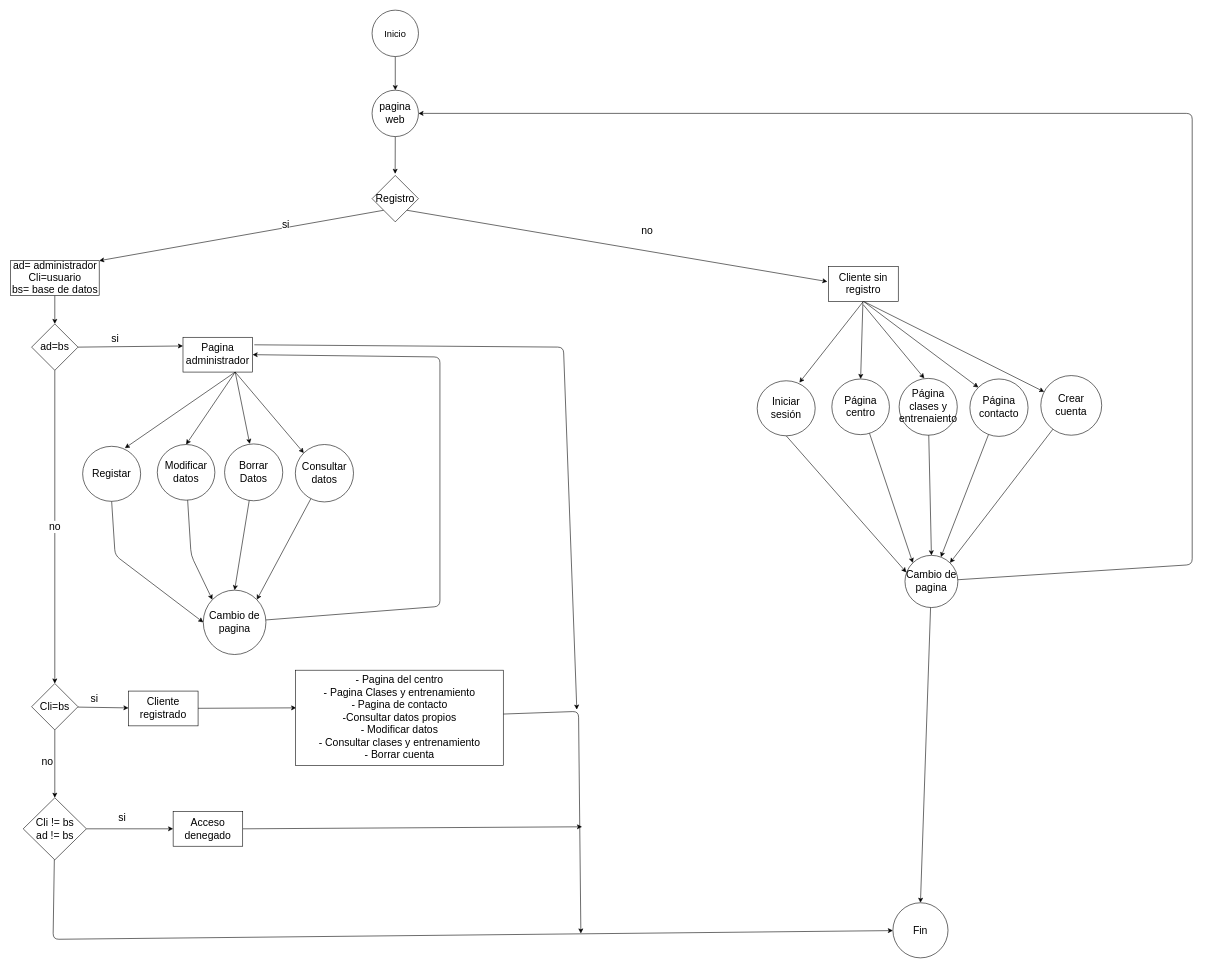
The draw.io diagram diagrama de flujo(kevin).drawio in CatanduYago/MazaoGym, before the edit. Source tidied: cells renumbered, new cells numbered last; positions are measured from the earlier drawing's top-left corner, leaving out a move shared by most shapes. Both pictures are drawn from the tidied source at 58%, with x=0, y=0 at pixel (10, 10).
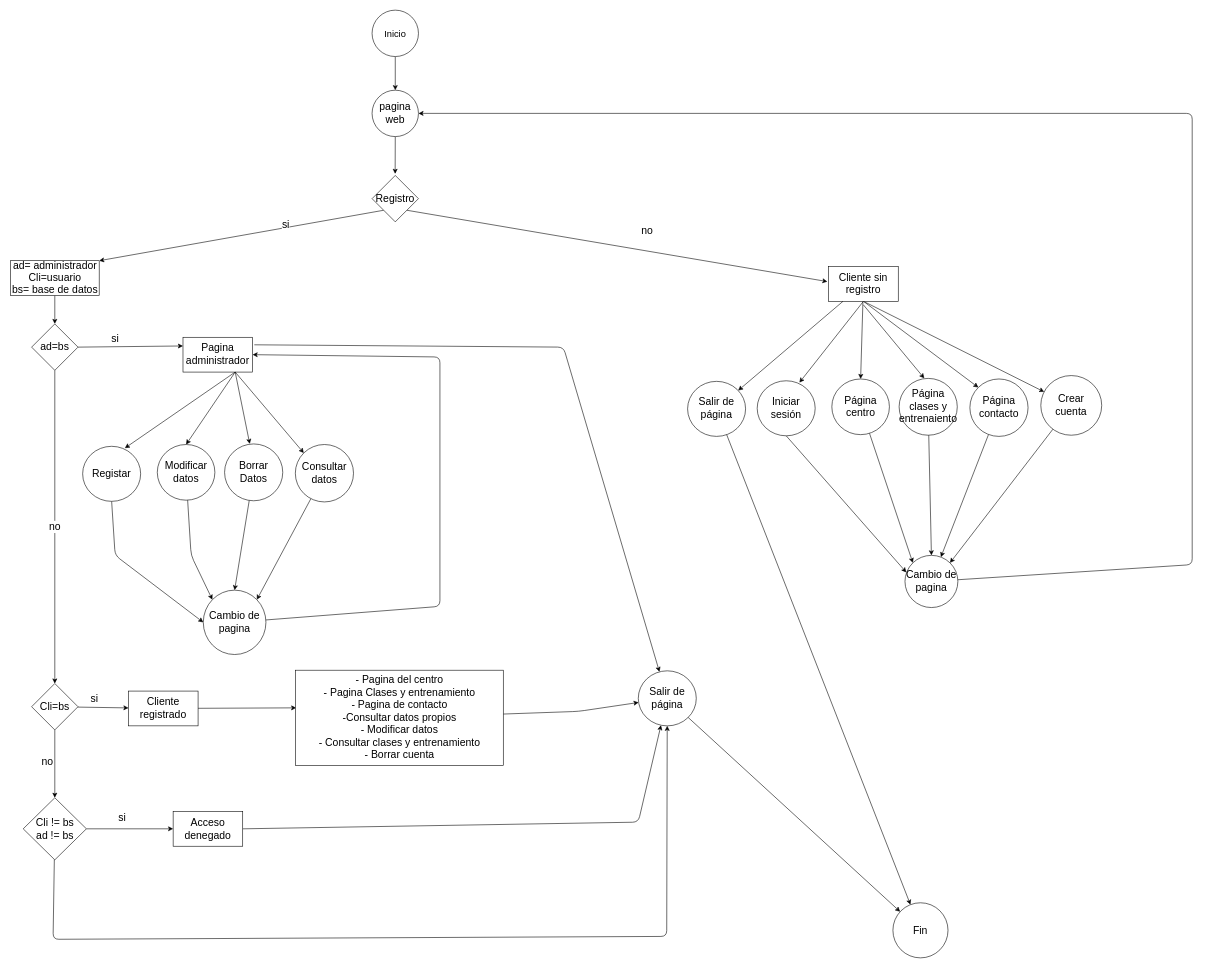
Above is the later version.

Commit message (it also covers changes not shown here):
Diagrama de clases

Unchanged cells that the change refers to:
```xml
<mxCell id="28" value="Cli != bs&lt;br&gt;ad != bs" style="rhombus;whiteSpace=wrap;html=1;fontSize=18;" parent="1" vertex="1">
  <mxGeometry x="21.5" y="1358" width="109" height="107" as="geometry" />
</mxCell>
<mxCell id="30" value="Acceso denegado" style="whiteSpace=wrap;html=1;fontSize=18;" parent="1" vertex="1">
  <mxGeometry x="280" y="1381.5" width="120" height="60" as="geometry" />
</mxCell>
<mxCell id="33" value="- Pagina del centro&lt;br&gt;- Pagina Clases y entrenamiento&lt;br&gt;- Pagina de contacto&lt;br&gt;-Consultar datos propios&lt;br&gt;- Modificar datos&lt;br&gt;- Consultar clases y entrenamiento&lt;br&gt;- Borrar cuenta" style="whiteSpace=wrap;html=1;fontSize=18;" parent="1" vertex="1">
  <mxGeometry x="490.7" y="1138" width="358.5" height="164" as="geometry" />
</mxCell>
<mxCell id="34" value="Fin" style="ellipse;whiteSpace=wrap;html=1;fontSize=18;" parent="1" vertex="1">
  <mxGeometry x="1521" y="1539" width="95" height="95" as="geometry" />
</mxCell>
<mxCell id="40" value="Cliente sin registro" style="whiteSpace=wrap;html=1;fontSize=18;" parent="1" vertex="1">
  <mxGeometry x="1410.2" y="442" width="120" height="60" as="geometry" />
</mxCell>
<mxCell id="65" value="&lt;font style=&quot;font-size: 18px;&quot;&gt;Cambio de pagina&lt;/font&gt;" style="ellipse;whiteSpace=wrap;html=1;" parent="1" vertex="1">
  <mxGeometry x="1541.8" y="940" width="91.2" height="90" as="geometry" />
</mxCell>
```

Diff of the diagram source:
```diff
@@
-    <mxCell id="17" style="edgeStyle=none;html=1;fontSize=18;" parent="1" edge="1">
+    <mxCell id="17" style="edgeStyle=none;html=1;fontSize=18;" parent="1" edge="1" target="71">
       <mxGeometry relative="1" as="geometry">
         <mxPoint x="420" y="577" as="sourcePoint" />
-        <mxPoint x="976" y="1206" as="targetPoint" />
         <Array as="points">
           <mxPoint x="953" y="581" />
         </Array>
       </mxGeometry>
     </mxCell>
@@
-    <mxCell id="27" style="edgeStyle=none;html=1;fontSize=18;" parent="1" edge="1" source="28" target="34">
+    <mxCell id="27" style="edgeStyle=none;html=1;fontSize=18;" parent="1" edge="1" source="28" target="71">
       <mxGeometry relative="1" as="geometry">
         <Array as="points">
           <mxPoint x="73" y="1602" />
+          <mxPoint x="1131" y="1597" />
         </Array>
       </mxGeometry>
     </mxCell>
@@
-    <mxCell id="29" style="edgeStyle=none;html=1;exitX=1;exitY=0.5;exitDx=0;exitDy=0;fontSize=18;" parent="1" edge="1" source="30">
+    <mxCell id="29" style="edgeStyle=none;html=1;exitX=1;exitY=0.5;exitDx=0;exitDy=0;fontSize=18;" parent="1" edge="1" source="30" target="71">
       <mxGeometry relative="1" as="geometry">
-        <mxPoint x="985" y="1408" as="targetPoint" />
+        <Array as="points">
+          <mxPoint x="1082" y="1400" />
+        </Array>
       </mxGeometry>
     </mxCell>
@@
-    <mxCell id="32" style="edgeStyle=none;html=1;fontSize=18;" parent="1" edge="1" source="33">
+    <mxCell id="32" style="edgeStyle=none;html=1;fontSize=18;" parent="1" edge="1" source="33" target="71">
       <mxGeometry relative="1" as="geometry">
-        <mxPoint x="983" y="1592" as="targetPoint" />
         <Array as="points">
           <mxPoint x="979" y="1209" />
         </Array>
       </mxGeometry>
     </mxCell>
@@
-    <mxCell id="64" style="edgeStyle=none;html=1;entryX=0.5;entryY=0;entryDx=0;entryDy=0;startArrow=none;startFill=0;endArrow=classic;endFill=1;" parent="1" edge="1" source="65" target="34">
-      <mxGeometry relative="1" as="geometry" />
-    </mxCell>
@@
+    <mxCell id="68" value="&lt;span style=&quot;font-size: 18px;&quot;&gt;Salir de página&lt;/span&gt;" style="ellipse;whiteSpace=wrap;html=1;" parent="1" vertex="1">
+      <mxGeometry x="1167" y="640" width="100" height="94.9" as="geometry" />
+    </mxCell>
+    <mxCell id="69" style="endArrow=classic;html=1;" parent="1" edge="1" source="40" target="68">
+      <mxGeometry relative="1" as="geometry" />
+    </mxCell>
+    <mxCell id="70" style="endArrow=classic;html=1;" parent="1" edge="1" source="68" target="34">
+      <mxGeometry relative="1" as="geometry" />
+    </mxCell>
+    <mxCell id="71" value="&lt;span style=&quot;font-size: 18px;&quot;&gt;Salir de página&lt;/span&gt;" style="ellipse;whiteSpace=wrap;html=1;" parent="1" vertex="1">
+      <mxGeometry x="1082" y="1139.1" width="100" height="94.9" as="geometry" />
+    </mxCell>
+    <mxCell id="72" style="endArrow=classic;html=1;" parent="1" edge="1" source="71" target="34">
+      <mxGeometry relative="1" as="geometry" />
+    </mxCell>
```
